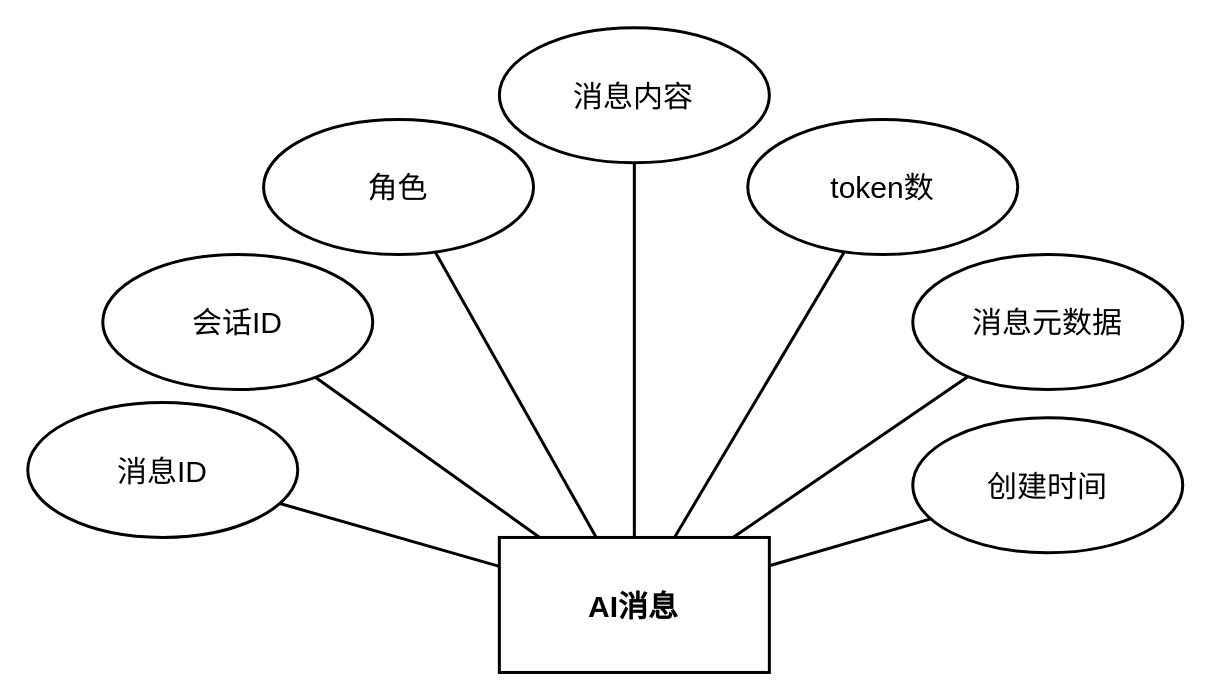
Above: DOCS/architecture-diagrams/sources/实体图/ai_messages/ai_messages_entity.drawio in 612cs/TrailQuest (draw.io), before the change. Source tidied: cells renumbered, new cells numbered last; positions are measured from the earlier drawing's top-left corner, leaving out a move shared by most shapes. Both pictures are drawn from the tidied source at 150%, with x=0, y=0 at pixel (27, 27).
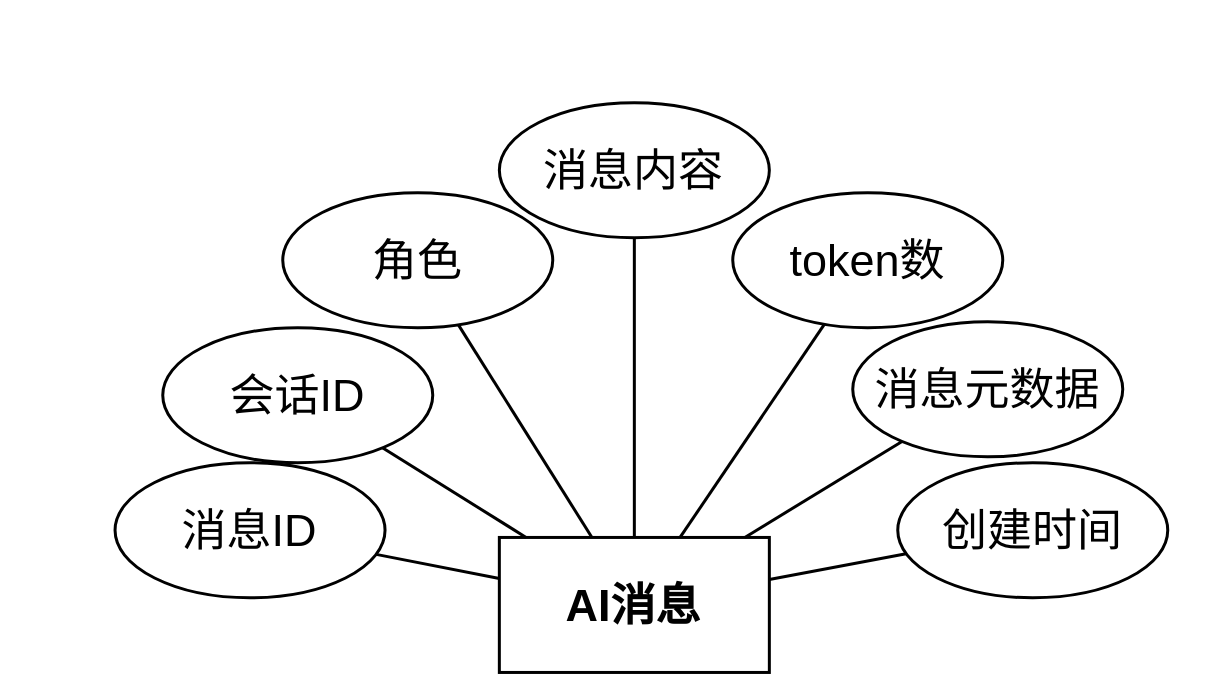
After the change.

Change to the diagram source:
```diff
@@
 <mxGraphModel>
   <root>
     <mxCell id="0" />
     <mxCell id="1" parent="0" />
-    <mxCell id="2" value="AI消息" style="rounded=0;whiteSpace=wrap;html=1;fillColor=none;strokeColor=#000000;fontColor=#000000;fontFamily=Arial;fontSize=20;fontStyle=1;align=center;verticalAlign=middle;strokeWidth=2;gradientColor=none;shadow=0;glass=0;" parent="1" vertex="1">
+    <mxCell id="2" value="AI消息" style="rounded=0;whiteSpace=wrap;html=1;fillColor=none;strokeColor=#000000;fontColor=#000000;fontFamily=Arial;fontSize=30;fontStyle=1;align=center;verticalAlign=middle;strokeWidth=2;gradientColor=none;shadow=0;glass=0;" parent="1" vertex="1">
       <mxGeometry x="314.4" y="339.8" width="180" height="90" as="geometry" />
     </mxCell>
-    <mxCell id="3" value="消息ID" style="ellipse;whiteSpace=wrap;html=1;fillColor=none;strokeColor=#000000;fontColor=#000000;fontFamily=Arial;fontSize=20;align=center;verticalAlign=middle;strokeWidth=2;gradientColor=none;shadow=0;glass=0;" parent="1" vertex="1">
-      <mxGeometry y="249.8" width="180" height="90" as="geometry" />
+    <mxCell id="3" value="消息ID" style="ellipse;whiteSpace=wrap;html=1;fillColor=none;strokeColor=#000000;fontColor=#000000;fontFamily=Arial;fontSize=30;align=center;verticalAlign=middle;strokeWidth=2;gradientColor=none;shadow=0;glass=0;" parent="1" vertex="1">
+      <mxGeometry x="58.2" y="290" width="180" height="90" as="geometry" />
     </mxCell>
-    <mxCell id="4" value="会话ID" style="ellipse;whiteSpace=wrap;html=1;fillColor=none;strokeColor=#000000;fontColor=#000000;fontFamily=Arial;fontSize=20;align=center;verticalAlign=middle;strokeWidth=2;gradientColor=none;shadow=0;glass=0;" parent="1" vertex="1">
-      <mxGeometry x="50" y="151.2" width="180" height="90" as="geometry" />
+    <mxCell id="4" value="会话ID" style="ellipse;whiteSpace=wrap;html=1;fillColor=none;strokeColor=#000000;fontColor=#000000;fontFamily=Arial;fontSize=30;align=center;verticalAlign=middle;strokeWidth=2;gradientColor=none;shadow=0;glass=0;" parent="1" vertex="1">
+      <mxGeometry x="90" y="200" width="180" height="90" as="geometry" />
     </mxCell>
-    <mxCell id="5" value="角色" style="ellipse;whiteSpace=wrap;html=1;fillColor=none;strokeColor=#000000;fontColor=#000000;fontFamily=Arial;fontSize=20;align=center;verticalAlign=middle;strokeWidth=2;gradientColor=none;shadow=0;glass=0;" parent="1" vertex="1">
-      <mxGeometry x="157.2" y="61.2" width="180" height="90" as="geometry" />
+    <mxCell id="5" value="角色" style="ellipse;whiteSpace=wrap;html=1;fillColor=none;strokeColor=#000000;fontColor=#000000;fontFamily=Arial;fontSize=30;align=center;verticalAlign=middle;strokeWidth=2;gradientColor=none;shadow=0;glass=0;" parent="1" vertex="1">
+      <mxGeometry x="170" y="110" width="180" height="90" as="geometry" />
     </mxCell>
-    <mxCell id="6" value="消息内容" style="ellipse;whiteSpace=wrap;html=1;fillColor=none;strokeColor=#000000;fontColor=#000000;fontFamily=Arial;fontSize=20;align=center;verticalAlign=middle;strokeWidth=2;gradientColor=none;shadow=0;glass=0;" parent="1" vertex="1">
-      <mxGeometry x="314.4" width="180" height="90" as="geometry" />
+    <mxCell id="6" value="消息内容" style="ellipse;whiteSpace=wrap;html=1;fillColor=none;strokeColor=#000000;fontColor=#000000;fontFamily=Arial;fontSize=30;align=center;verticalAlign=middle;strokeWidth=2;gradientColor=none;shadow=0;glass=0;" parent="1" vertex="1">
+      <mxGeometry x="314.4" y="50" width="180" height="90" as="geometry" />
     </mxCell>
-    <mxCell id="7" value="token数" style="ellipse;whiteSpace=wrap;html=1;fillColor=none;strokeColor=#000000;fontColor=#000000;fontFamily=Arial;fontSize=20;align=center;verticalAlign=middle;strokeWidth=2;gradientColor=none;shadow=0;glass=0;" parent="1" vertex="1">
-      <mxGeometry x="480" y="61.2" width="180" height="90" as="geometry" />
+    <mxCell id="7" value="token数" style="ellipse;whiteSpace=wrap;html=1;fillColor=none;strokeColor=#000000;fontColor=#000000;fontFamily=Arial;fontSize=30;align=center;verticalAlign=middle;strokeWidth=2;gradientColor=none;shadow=0;glass=0;" parent="1" vertex="1">
+      <mxGeometry x="470" y="110" width="180" height="90" as="geometry" />
     </mxCell>
-    <mxCell id="8" value="消息元数据" style="ellipse;whiteSpace=wrap;html=1;fillColor=none;strokeColor=#000000;fontColor=#000000;fontFamily=Arial;fontSize=20;align=center;verticalAlign=middle;strokeWidth=2;gradientColor=none;shadow=0;glass=0;" parent="1" vertex="1">
-      <mxGeometry x="590" y="151.2" width="180" height="90" as="geometry" />
+    <mxCell id="8" value="消息元数据" style="ellipse;whiteSpace=wrap;html=1;fillColor=none;strokeColor=#000000;fontColor=#000000;fontFamily=Arial;fontSize=30;align=center;verticalAlign=middle;strokeWidth=2;gradientColor=none;shadow=0;glass=0;" parent="1" vertex="1">
+      <mxGeometry x="550" y="196" width="180" height="90" as="geometry" />
     </mxCell>
-    <mxCell id="9" value="创建时间" style="ellipse;whiteSpace=wrap;html=1;fillColor=none;strokeColor=#000000;fontColor=#000000;fontFamily=Arial;fontSize=20;align=center;verticalAlign=middle;strokeWidth=2;gradientColor=none;shadow=0;glass=0;" parent="1" vertex="1">
-      <mxGeometry x="590" y="260" width="180" height="90" as="geometry" />
+    <mxCell id="9" value="创建时间" style="ellipse;whiteSpace=wrap;html=1;fillColor=none;strokeColor=#000000;fontColor=#000000;fontFamily=Arial;fontSize=30;align=center;verticalAlign=middle;strokeWidth=2;gradientColor=none;shadow=0;glass=0;" parent="1" vertex="1">
+      <mxGeometry x="580" y="290" width="180" height="90" as="geometry" />
     </mxCell>
-    <mxCell id="10" style="endArrow=none;html=1;rounded=0;strokeColor=#000000;strokeWidth=2;" parent="1" edge="1" source="2" target="3">
+    <mxCell id="10" style="endArrow=none;html=1;rounded=0;strokeColor=#000000;strokeWidth=2;fontSize=30;" parent="1" edge="1" source="2" target="3">
       <mxGeometry relative="1" as="geometry" />
     </mxCell>
-    <mxCell id="11" style="endArrow=none;html=1;rounded=0;strokeColor=#000000;strokeWidth=2;" parent="1" edge="1" source="2" target="4">
+    <mxCell id="11" style="endArrow=none;html=1;rounded=0;strokeColor=#000000;strokeWidth=2;fontSize=30;" parent="1" edge="1" source="2" target="4">
       <mxGeometry relative="1" as="geometry" />
     </mxCell>
-    <mxCell id="12" style="endArrow=none;html=1;rounded=0;strokeColor=#000000;strokeWidth=2;" parent="1" edge="1" source="2" target="5">
+    <mxCell id="12" style="endArrow=none;html=1;rounded=0;strokeColor=#000000;strokeWidth=2;fontSize=30;" parent="1" edge="1" source="2" target="5">
       <mxGeometry relative="1" as="geometry" />
     </mxCell>
-    <mxCell id="13" style="endArrow=none;html=1;rounded=0;strokeColor=#000000;strokeWidth=2;" parent="1" edge="1" source="2" target="6">
+    <mxCell id="13" style="endArrow=none;html=1;rounded=0;strokeColor=#000000;strokeWidth=2;fontSize=30;" parent="1" edge="1" source="2" target="6">
       <mxGeometry relative="1" as="geometry" />
     </mxCell>
-    <mxCell id="14" style="endArrow=none;html=1;rounded=0;strokeColor=#000000;strokeWidth=2;" parent="1" edge="1" source="2" target="7">
+    <mxCell id="14" style="endArrow=none;html=1;rounded=0;strokeColor=#000000;strokeWidth=2;fontSize=30;" parent="1" edge="1" source="2" target="7">
       <mxGeometry relative="1" as="geometry" />
     </mxCell>
-    <mxCell id="15" style="endArrow=none;html=1;rounded=0;strokeColor=#000000;strokeWidth=2;" parent="1" edge="1" source="2" target="8">
+    <mxCell id="15" style="endArrow=none;html=1;rounded=0;strokeColor=#000000;strokeWidth=2;fontSize=30;" parent="1" edge="1" source="2" target="8">
       <mxGeometry relative="1" as="geometry" />
     </mxCell>
-    <mxCell id="16" style="endArrow=none;html=1;rounded=0;strokeColor=#000000;strokeWidth=2;" parent="1" edge="1" source="2" target="9">
+    <mxCell id="16" style="endArrow=none;html=1;rounded=0;strokeColor=#000000;strokeWidth=2;fontSize=30;" parent="1" edge="1" source="2" target="9">
       <mxGeometry relative="1" as="geometry" />
     </mxCell>
   </root>
 </mxGraphModel>
```
